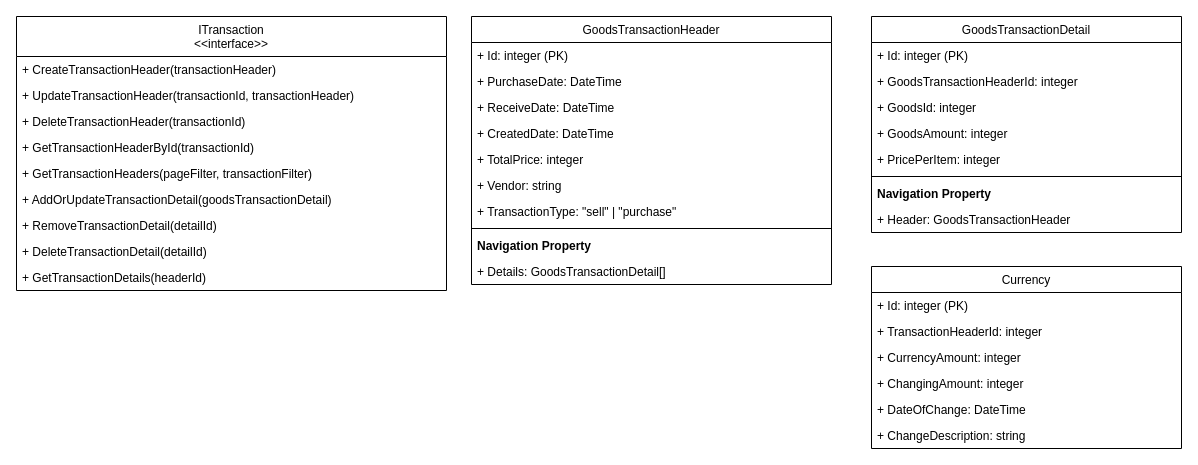
ryusu777/dodo-app keeps this draw.io diagram as page "Goods Transaction" (2 of 3) of Diagram/Class Diagram.drawio. Above is the earlier version. Source tidied: cells renumbered, new cells numbered last; positions are measured from the earlier drawing's top-left corner, leaving out a move shared by most shapes. Both pictures are drawn from the tidied source at 100%, with x=0, y=0 at pixel (16, 16).
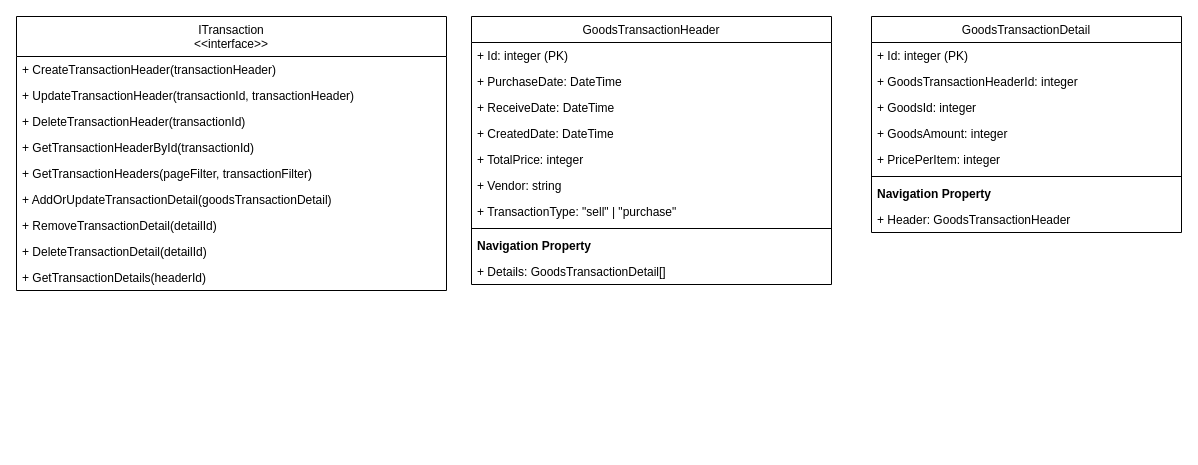
The same page after the edit.

Commit message (it also covers changes not shown here):
Daily expenses and modified use case diagram

What changed in the source:
```diff
@@
-    <mxCell id="32" value="Currency" style="swimlane;fontStyle=0;horizontal=1;startSize=26;fillColor=none;" parent="1" vertex="1">
-      <mxGeometry x="855" y="250" width="310" height="182" as="geometry" />
-    </mxCell>
-    <mxCell id="33" value="+ Id: integer (PK)" style="text;strokeColor=none;fillColor=none;align=left;verticalAlign=top;spacingLeft=4;spacingRight=4;overflow=hidden;" parent="32" vertex="1">
-      <mxGeometry y="26" width="310" height="26" as="geometry" />
-    </mxCell>
-    <mxCell id="34" value="+ TransactionHeaderId: integer" style="text;strokeColor=none;fillColor=none;align=left;verticalAlign=top;spacingLeft=4;spacingRight=4;overflow=hidden;" parent="32" vertex="1">
-      <mxGeometry y="52" width="310" height="26" as="geometry" />
-    </mxCell>
-    <mxCell id="35" value="+ CurrencyAmount: integer" style="text;strokeColor=none;fillColor=none;align=left;verticalAlign=top;spacingLeft=4;spacingRight=4;overflow=hidden;" parent="32" vertex="1">
-      <mxGeometry y="78" width="310" height="26" as="geometry" />
-    </mxCell>
-    <mxCell id="36" value="+ ChangingAmount: integer" style="text;strokeColor=none;fillColor=none;align=left;verticalAlign=top;spacingLeft=4;spacingRight=4;overflow=hidden;" parent="32" vertex="1">
-      <mxGeometry y="104" width="310" height="26" as="geometry" />
-    </mxCell>
-    <mxCell id="37" value="+ DateOfChange: DateTime" style="text;strokeColor=none;fillColor=none;align=left;verticalAlign=top;spacingLeft=4;spacingRight=4;overflow=hidden;" parent="32" vertex="1">
-      <mxGeometry y="130" width="310" height="26" as="geometry" />
-    </mxCell>
-    <mxCell id="38" value="+ ChangeDescription: string" style="text;strokeColor=none;fillColor=none;align=left;verticalAlign=top;spacingLeft=4;spacingRight=4;overflow=hidden;" parent="32" vertex="1">
-      <mxGeometry y="156" width="310" height="26" as="geometry" />
-    </mxCell>
```
